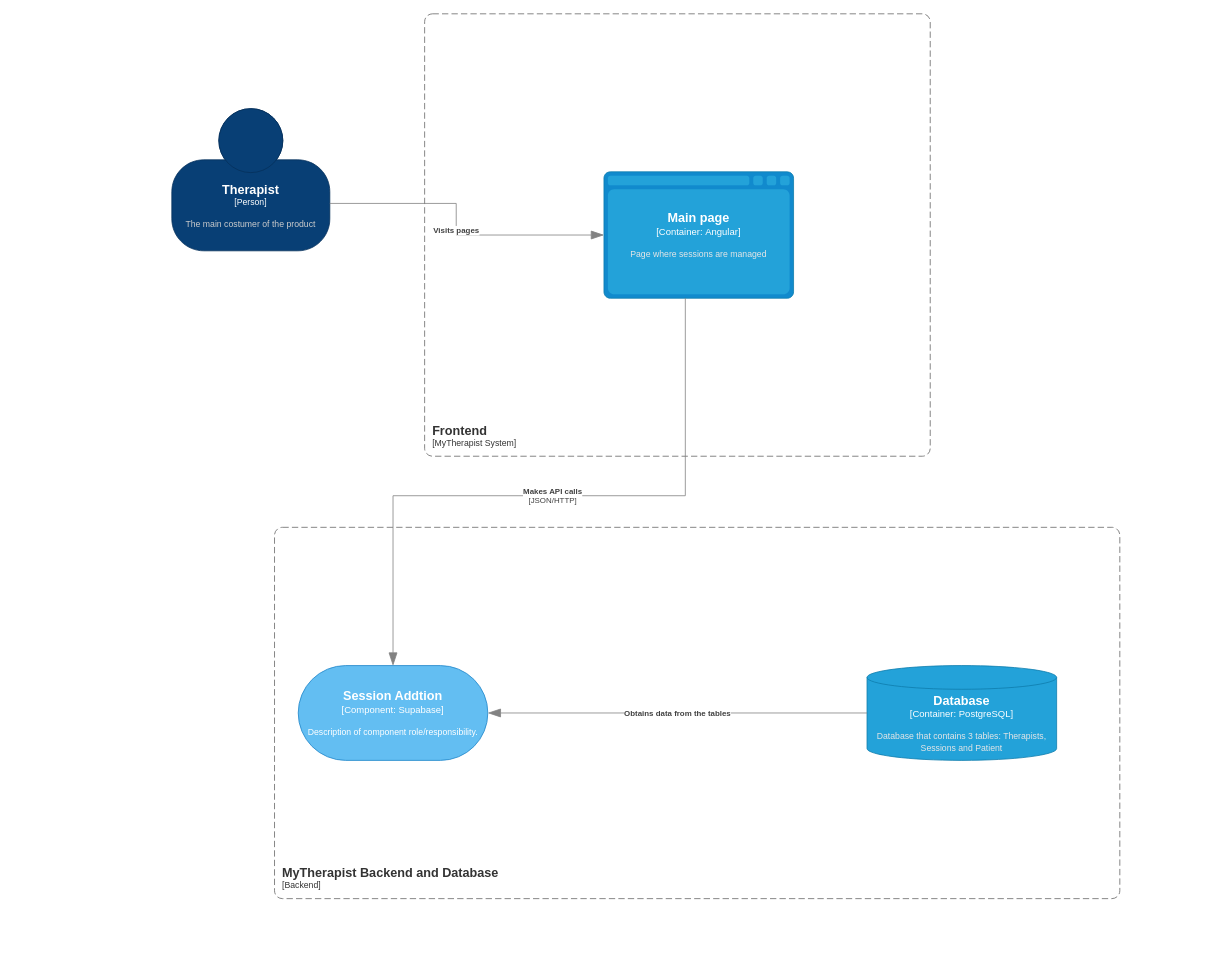
The draw.io diagram docs/C4 Architecture diagram.drawio in JorgeMartinezSanchez/MyTherapist, before the edit. Source tidied: cells renumbered, new cells numbered last; positions are measured from the earlier drawing's top-left corner, leaving out a move shared by most shapes. Both pictures are drawn from the tidied source at 79%, with x=0, y=0 at pixel (171, 13).
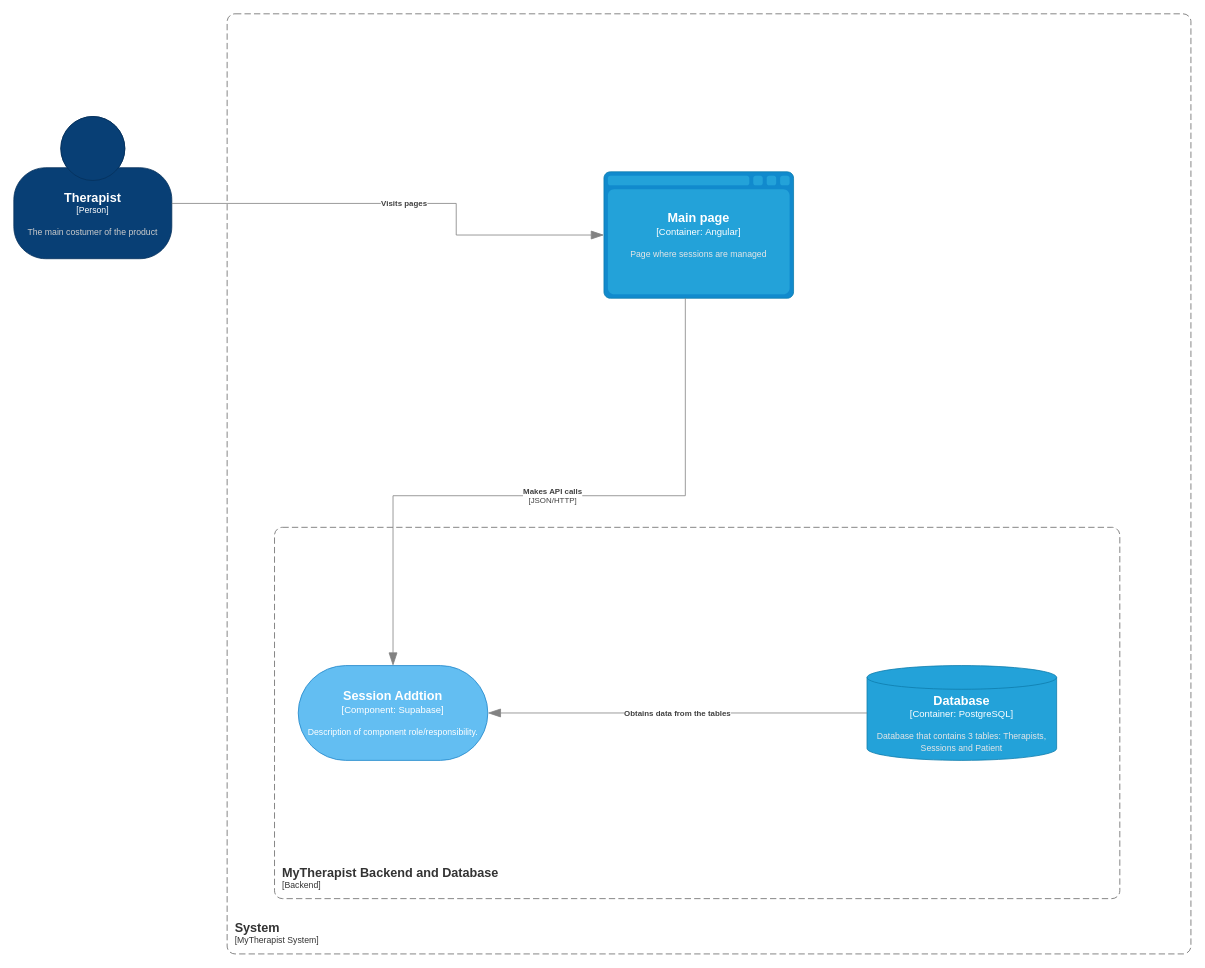
The same page after the edit.

Diff of the diagram source:
```diff
@@
     <object id="2" label="&lt;font style=&quot;font-size: 16px&quot;&gt;&lt;b&gt;%c4Name%&lt;/b&gt;&lt;/font&gt;&lt;div&gt;[%c4Type%]&lt;/div&gt;&lt;br&gt;&lt;div&gt;&lt;font style=&quot;font-size: 11px&quot;&gt;&lt;font color=&quot;#cccccc&quot;&gt;%c4Description%&lt;/font&gt;&lt;/div&gt;" c4Description="The main costumer of the product" c4Name="Therapist" c4Type="Person" placeholders="1">
       <mxCell style="html=1;fontSize=11;dashed=0;whiteSpace=wrap;fillColor=#083F75;strokeColor=#06315C;fontColor=#ffffff;shape=mxgraph.c4.person2;align=center;points=[[0.5,0,0],[1,0.5,0],[1,0.75,0],[0.75,1,0],[0.5,1,0],[0.25,1,0],[0,0.75,0],[0,0.5,0]];" parent="1" vertex="1">
-        <mxGeometry y="120" width="200" height="180" as="geometry" />
+        <mxGeometry x="-200" y="130" width="200" height="180" as="geometry" />
       </mxCell>
     </object>
-    <object id="3" label="&lt;font style=&quot;font-size: 16px&quot;&gt;&lt;b&gt;&lt;div style=&quot;text-align: left&quot;&gt;%c4Name%&lt;/div&gt;&lt;/b&gt;&lt;/font&gt;&lt;div style=&quot;text-align: left&quot;&gt;[%c4Application%]&lt;/div&gt;" c4Application="MyTherapist System" c4Name="Frontend" placeholders="1">
+    <object id="3" label="&lt;font style=&quot;font-size: 16px&quot;&gt;&lt;b&gt;&lt;div style=&quot;text-align: left&quot;&gt;%c4Name%&lt;/div&gt;&lt;/b&gt;&lt;/font&gt;&lt;div style=&quot;text-align: left&quot;&gt;[%c4Application%]&lt;/div&gt;" c4Application="MyTherapist System" c4Name="System" placeholders="1">
       <mxCell style="rounded=1;fontSize=11;whiteSpace=wrap;html=1;dashed=1;arcSize=20;fillColor=none;strokeColor=#666666;fontColor=#333333;labelBackgroundColor=none;align=left;verticalAlign=bottom;labelBorderColor=none;spacingTop=0;spacing=10;dashPattern=8 4;perimeter=rectanglePerimeter;noLabel=0;labelPadding=0;absoluteArcSize=1;" parent="1" vertex="1">
-        <mxGeometry x="320" width="640" height="560" as="geometry" />
+        <mxGeometry x="70" width="1220" height="1190" as="geometry" />
       </mxCell>
     </object>
```
